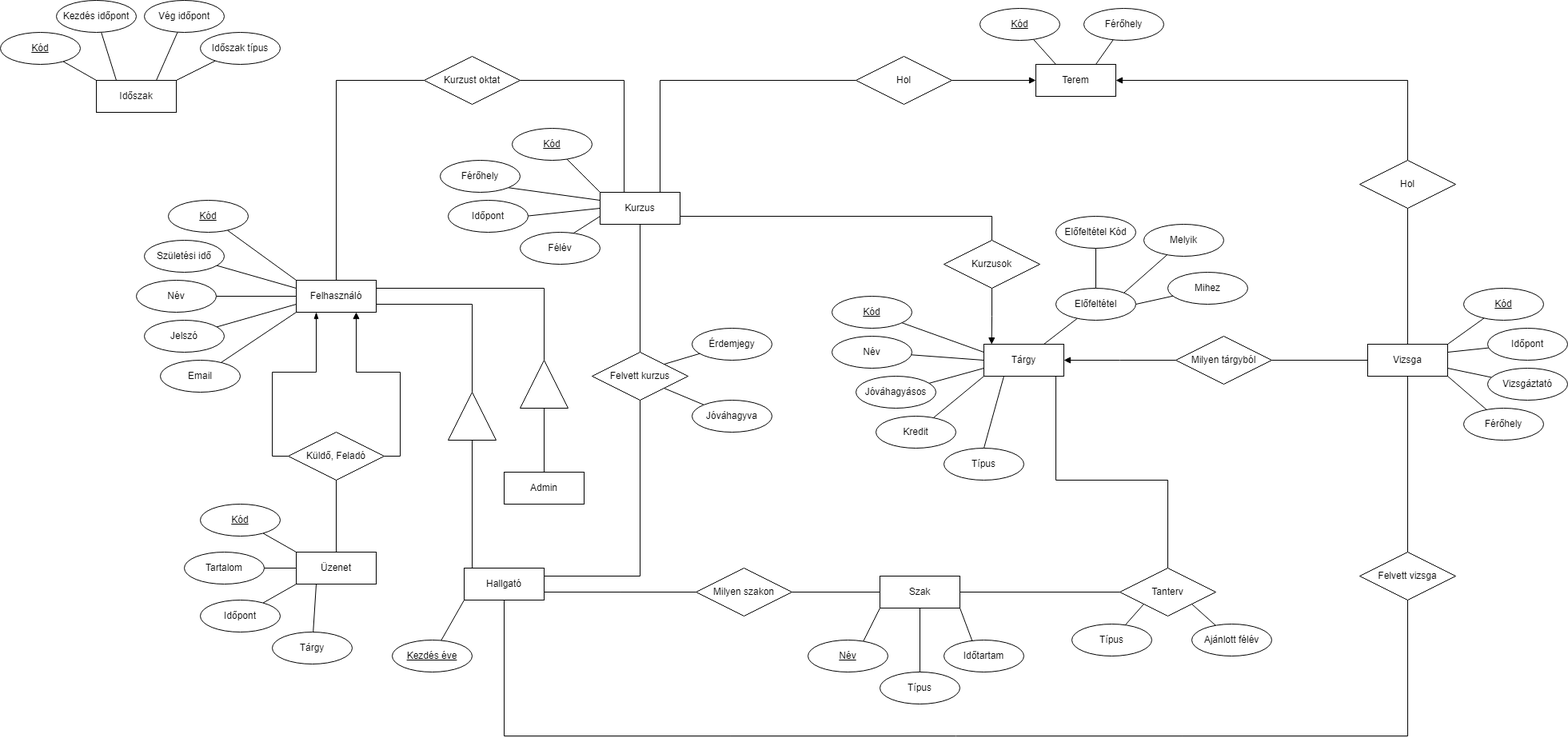
Before: ssadm/EK_diagram.png, a diagram exported from draw.io (SzoDavid/murica). Source tidied: cells renumbered, new cells last; positions are measured from the earlier drawing's top-left corner, leaving out a move shared by most shapes.
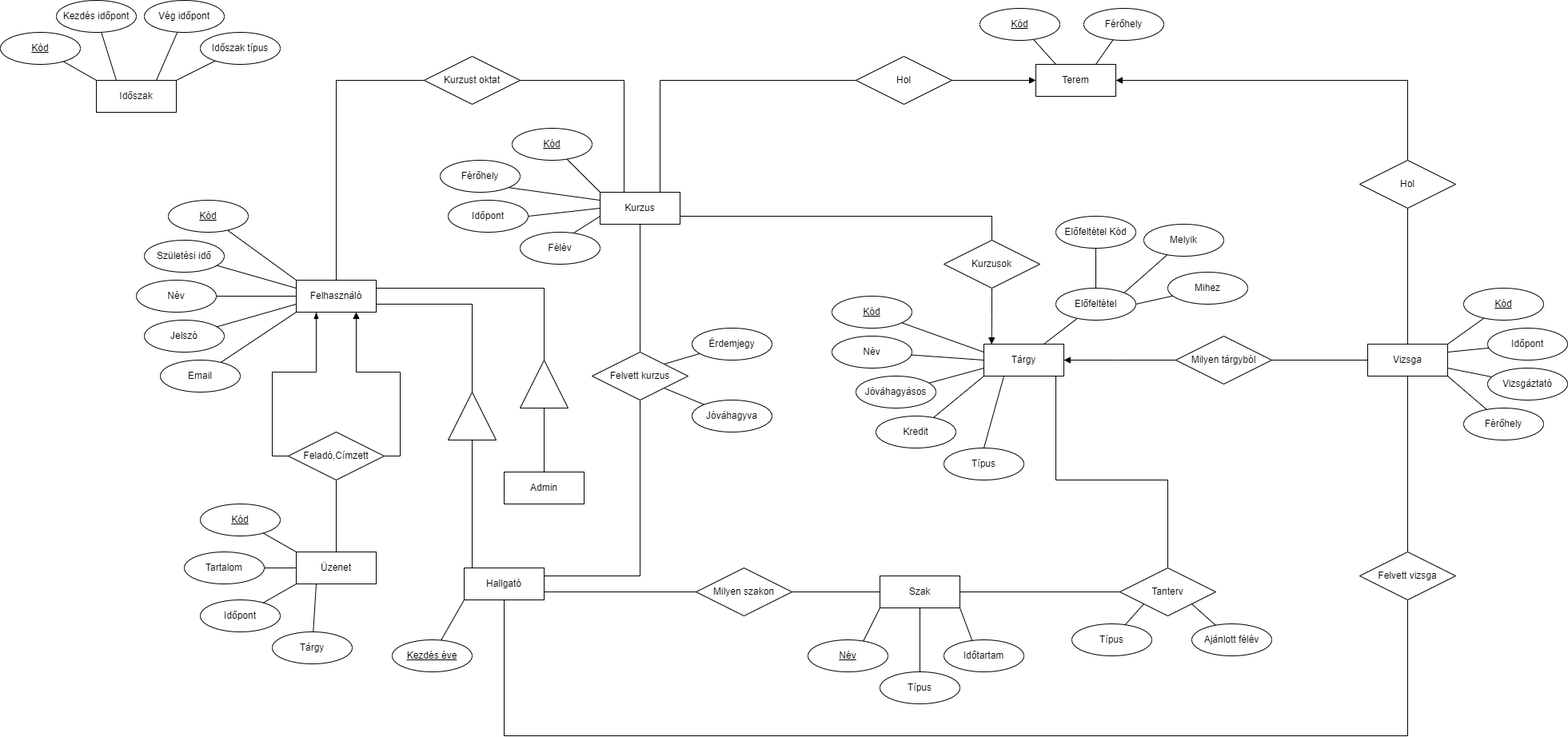
After the change.

Diff of the diagram source:
```diff
@@ -347,7 +347,7 @@
     <mxCell id="101" style="edgeStyle=orthogonalEdgeStyle;rounded=0;jettySize=auto;html=1;entryX=0.75;entryY=1;entryDx=0;entryDy=0;fontFamily=Helvetica;fontSize=12;fontColor=default;exitX=1;exitY=0.5;exitDx=0;exitDy=0;endArrow=block;endFill=1;" parent="1" edge="1" source="102" target="2">
       <mxGeometry relative="1" as="geometry" />
     </mxCell>
-    <mxCell id="102" value="Küldő, Feladó" style="shape=rhombus;perimeter=rhombusPerimeter;whiteSpace=wrap;html=1;align=center;strokeColor=default;verticalAlign=middle;fontFamily=Helvetica;fontSize=12;fontColor=default;fillColor=default;" parent="1" vertex="1">
+    <mxCell id="102" value="Feladó,Címzett" style="shape=rhombus;perimeter=rhombusPerimeter;whiteSpace=wrap;html=1;align=center;strokeColor=default;verticalAlign=middle;fontFamily=Helvetica;fontSize=12;fontColor=default;fillColor=default;" parent="1" vertex="1">
       <mxGeometry x="360" y="540" width="120" height="60" as="geometry" />
     </mxCell>
     <mxCell id="103" style="rounded=0;jettySize=auto;html=1;entryX=0;entryY=0.5;entryDx=0;entryDy=0;fontFamily=Helvetica;fontSize=12;fontColor=default;endArrow=none;endFill=0;" parent="1" edge="1" source="104" target="99">
```
